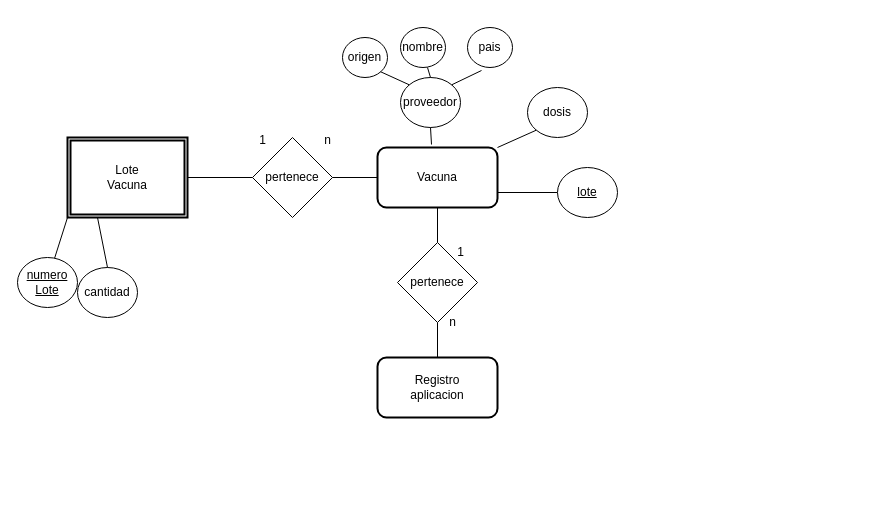
Above: Diagrama sin título.drawio in monick96/Diagramas_ER (draw.io), before the change. Source tidied: cells renumbered, new cells numbered last; positions are measured from the earlier drawing's top-left corner, leaving out a move shared by most shapes. Both pictures are drawn from the tidied source at 100%, with x=0, y=0 at pixel (17, 27).
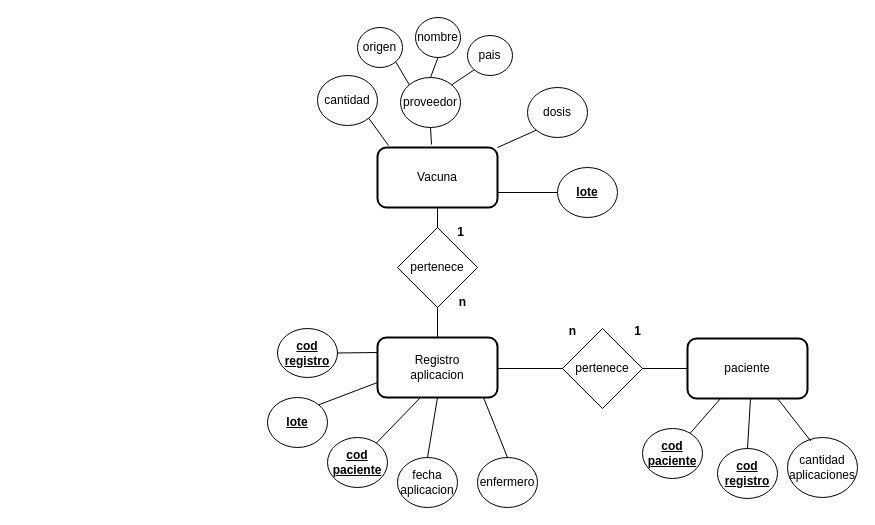
The same diagram, later.

Unchanged cells that the change refers to:
```xml
<mxCell id="11" value="Vacuna" style="rounded=1;whiteSpace=wrap;html=1;strokeWidth=2;" parent="1" vertex="1">
  <mxGeometry x="360" y="120" width="120" height="60" as="geometry" />
</mxCell>
<mxCell id="17" value="proveedor" style="ellipse;whiteSpace=wrap;html=1;" parent="1" vertex="1">
  <mxGeometry x="383" y="50" width="60" height="50" as="geometry" />
</mxCell>
```

The edit, as a diff of the source:
```diff
@@
-    <mxCell id="2" value="Lote&lt;div&gt;Vacuna&lt;/div&gt;" style="shape=ext;double=1;rounded=0;whiteSpace=wrap;html=1;strokeWidth=2;" parent="1" vertex="1">
-      <mxGeometry x="50" y="110" width="120" height="80" as="geometry" />
-    </mxCell>
-    <mxCell id="3" style="endArrow=none;html=1;rounded=0;exitX=0;exitY=1;exitDx=0;exitDy=0;" parent="1" edge="1" source="2" target="4">
-      <mxGeometry relative="1" as="geometry" />
-    </mxCell>
-    <mxCell id="4" value="&lt;u&gt;numero&lt;/u&gt;&lt;div&gt;&lt;u&gt;Lote&lt;/u&gt;&lt;/div&gt;" style="ellipse;whiteSpace=wrap;html=1;" parent="1" vertex="1">
-      <mxGeometry y="230" width="60" height="50" as="geometry" />
-    </mxCell>
     <mxCell id="5" value="cantidad" style="ellipse;whiteSpace=wrap;html=1;" parent="1" vertex="1">
-      <mxGeometry x="60" y="240" width="60" height="50" as="geometry" />
+      <mxGeometry x="300" y="48" width="60" height="50" as="geometry" />
     </mxCell>
-    <mxCell id="6" style="endArrow=none;html=1;rounded=0;exitX=0.25;exitY=1;exitDx=0;exitDy=0;entryX=0.5;entryY=0;entryDx=0;entryDy=0;" parent="1" edge="1" source="2" target="5">
+    <mxCell id="6" style="endArrow=none;html=1;rounded=0;exitX=0.092;exitY=-0.033;exitDx=0;exitDy=0;entryX=1;entryY=1;entryDx=0;entryDy=0;exitPerimeter=0;" parent="1" edge="1" source="11" target="5">
       <mxGeometry relative="1" as="geometry" />
     </mxCell>
-    <mxCell id="7" value="pertenece" style="rhombus;whiteSpace=wrap;html=1;" parent="1" vertex="1">
-      <mxGeometry x="235" y="110" width="80" height="80" as="geometry" />
-    </mxCell>
-    <mxCell id="8" style="endArrow=none;html=1;rounded=0;exitX=0;exitY=0.5;exitDx=0;exitDy=0;entryX=1;entryY=0.5;entryDx=0;entryDy=0;" parent="1" edge="1" source="7" target="2">
-      <mxGeometry relative="1" as="geometry" />
-    </mxCell>
-    <mxCell id="9" value="1" style="text;html=1;align=center;verticalAlign=middle;strokeColor=none;fillColor=none;" parent="1" vertex="1">
-      <mxGeometry x="230" y="98" width="30" height="30" as="geometry" />
-    </mxCell>
-    <mxCell id="10" value="n" style="text;html=1;align=center;verticalAlign=middle;strokeColor=none;fillColor=none;" parent="1" vertex="1">
-      <mxGeometry x="295" y="98" width="30" height="30" as="geometry" />
-    </mxCell>
@@
-    <mxCell id="12" style="endArrow=none;html=1;rounded=0;exitX=1;exitY=0.5;exitDx=0;exitDy=0;" parent="1" edge="1" source="7">
-      <mxGeometry relative="1" as="geometry">
-        <mxPoint x="360" y="150" as="targetPoint" />
-      </mxGeometry>
-    </mxCell>
@@
-    <mxCell id="16" value="&lt;u&gt;lote&lt;/u&gt;" style="ellipse;whiteSpace=wrap;html=1;" parent="1" vertex="1">
+    <mxCell id="16" value="&lt;u&gt;&lt;b&gt;lote&lt;/b&gt;&lt;/u&gt;" style="ellipse;whiteSpace=wrap;html=1;" parent="1" vertex="1">
       <mxGeometry x="540" y="140" width="60" height="50" as="geometry" />
     </mxCell>
@@
     <mxCell id="19" value="origen" style="ellipse;whiteSpace=wrap;html=1;" parent="1" vertex="1">
-      <mxGeometry x="325" y="10" width="45" height="40" as="geometry" />
+      <mxGeometry x="340" width="45" height="40" as="geometry" />
     </mxCell>
     <mxCell id="20" value="nombre" style="ellipse;whiteSpace=wrap;html=1;" parent="1" vertex="1">
-      <mxGeometry x="383" width="45" height="40" as="geometry" />
+      <mxGeometry x="398" y="-10" width="45" height="40" as="geometry" />
     </mxCell>
     <mxCell id="21" value="pais" style="ellipse;whiteSpace=wrap;html=1;" parent="1" vertex="1">
-      <mxGeometry x="450" width="45" height="40" as="geometry" />
+      <mxGeometry x="450" y="8" width="45" height="40" as="geometry" />
     </mxCell>
-    <mxCell id="22" style="endArrow=none;html=1;rounded=0;exitX=0.5;exitY=0;exitDx=0;exitDy=0;" parent="1" edge="1" source="17">
-      <mxGeometry relative="1" as="geometry">
-        <mxPoint x="410" y="40" as="targetPoint" />
-      </mxGeometry>
+    <mxCell id="22" style="endArrow=none;html=1;rounded=0;exitX=0.5;exitY=0;exitDx=0;exitDy=0;entryX=0.5;entryY=1;entryDx=0;entryDy=0;" parent="1" edge="1" source="17" target="20">
+      <mxGeometry relative="1" as="geometry" />
     </mxCell>
@@
-    <mxCell id="24" style="endArrow=none;html=1;rounded=0;entryX=0.311;entryY=1.075;entryDx=0;entryDy=0;entryPerimeter=0;exitX=1;exitY=0;exitDx=0;exitDy=0;" parent="1" edge="1" source="17" target="21">
+    <mxCell id="24" style="endArrow=none;html=1;rounded=0;entryX=0;entryY=1;entryDx=0;entryDy=0;exitX=1;exitY=0;exitDx=0;exitDy=0;" parent="1" edge="1" source="17" target="21">
       <mxGeometry relative="1" as="geometry" />
     </mxCell>
     <mxCell id="25" value="pertenece" style="rhombus;whiteSpace=wrap;html=1;rotation=0;" parent="1" vertex="1">
-      <mxGeometry x="380" y="215" width="80" height="80" as="geometry" />
+      <mxGeometry x="380" y="200" width="80" height="80" as="geometry" />
     </mxCell>
@@
-    <mxCell id="27" value="1" style="text;html=1;align=center;verticalAlign=middle;strokeColor=none;fillColor=none;" parent="1" vertex="1">
-      <mxGeometry x="428" y="210" width="30" height="30" as="geometry" />
+    <mxCell id="27" value="&lt;b&gt;1&lt;/b&gt;" style="text;html=1;align=center;verticalAlign=middle;strokeColor=none;fillColor=none;" parent="1" vertex="1">
+      <mxGeometry x="428" y="190" width="30" height="30" as="geometry" />
     </mxCell>
-    <mxCell id="28" value="n" style="text;html=1;align=center;verticalAlign=middle;strokeColor=none;fillColor=none;" parent="1" vertex="1">
-      <mxGeometry x="420" y="280" width="30" height="30" as="geometry" />
+    <mxCell id="28" value="&lt;b&gt;n&lt;/b&gt;" style="text;html=1;align=center;verticalAlign=middle;strokeColor=none;fillColor=none;" parent="1" vertex="1">
+      <mxGeometry x="430" y="260" width="30" height="30" as="geometry" />
     </mxCell>
@@
     <mxCell id="30" value="Registro&lt;div&gt;aplicacion&lt;/div&gt;" style="rounded=1;whiteSpace=wrap;html=1;strokeWidth=2;" parent="1" vertex="1">
-      <mxGeometry x="360" y="330" width="120" height="60" as="geometry" />
+      <mxGeometry x="360" y="310" width="120" height="60" as="geometry" />
     </mxCell>
+    <mxCell id="7" value="pertenece" style="rhombus;whiteSpace=wrap;html=1;" parent="1" vertex="1">
+      <mxGeometry x="545" y="301" width="80" height="80" as="geometry" />
+    </mxCell>
+    <mxCell id="31" style="endArrow=none;html=1;rounded=0;exitX=0;exitY=0.5;exitDx=0;exitDy=0;entryX=1;entryY=0.5;entryDx=0;entryDy=0;" parent="1" edge="1" source="7">
+      <mxGeometry relative="1" as="geometry">
+        <mxPoint x="480" y="341" as="targetPoint" />
+      </mxGeometry>
+    </mxCell>
+    <mxCell id="10" value="&lt;b&gt;n&lt;/b&gt;" style="text;html=1;align=center;verticalAlign=middle;strokeColor=none;fillColor=none;" parent="1" vertex="1">
+      <mxGeometry x="540" y="289" width="30" height="30" as="geometry" />
+    </mxCell>
+    <mxCell id="9" value="&lt;b&gt;1&lt;/b&gt;" style="text;html=1;align=center;verticalAlign=middle;strokeColor=none;fillColor=none;" parent="1" vertex="1">
+      <mxGeometry x="605" y="289" width="30" height="30" as="geometry" />
+    </mxCell>
+    <mxCell id="32" value="paciente" style="rounded=1;whiteSpace=wrap;html=1;strokeWidth=2;" parent="1" vertex="1">
+      <mxGeometry x="670" y="311" width="120" height="60" as="geometry" />
+    </mxCell>
+    <mxCell id="33" style="endArrow=none;html=1;rounded=0;exitX=1;exitY=0.5;exitDx=0;exitDy=0;" parent="1" edge="1" source="7">
+      <mxGeometry relative="1" as="geometry">
+        <mxPoint x="670" y="341" as="targetPoint" />
+      </mxGeometry>
+    </mxCell>
+    <mxCell id="34" style="endArrow=none;html=1;rounded=0;exitX=0;exitY=0.25;exitDx=0;exitDy=0;" parent="1" edge="1" source="30" target="35">
+      <mxGeometry relative="1" as="geometry" />
+    </mxCell>
+    <mxCell id="35" value="&lt;b&gt;&lt;u&gt;cod&lt;/u&gt;&lt;/b&gt;&lt;div&gt;&lt;b&gt;&lt;u&gt;registro&lt;/u&gt;&lt;/b&gt;&lt;/div&gt;" style="ellipse;whiteSpace=wrap;html=1;" parent="1" vertex="1">
+      <mxGeometry x="260" y="301" width="60" height="49" as="geometry" />
+    </mxCell>
+    <mxCell id="36" value="&lt;u&gt;&lt;b&gt;lote&lt;/b&gt;&lt;/u&gt;" style="ellipse;whiteSpace=wrap;html=1;" parent="1" vertex="1">
+      <mxGeometry x="250" y="370" width="60" height="50" as="geometry" />
+    </mxCell>
+    <mxCell id="37" style="endArrow=none;html=1;rounded=0;exitX=0;exitY=0.75;exitDx=0;exitDy=0;entryX=1;entryY=0;entryDx=0;entryDy=0;" parent="1" edge="1" source="30" target="36">
+      <mxGeometry relative="1" as="geometry" />
+    </mxCell>
+    <mxCell id="38" style="endArrow=none;html=1;rounded=0;exitX=0;exitY=1;exitDx=0;exitDy=0;" parent="1" edge="1" target="39">
+      <mxGeometry relative="1" as="geometry">
+        <mxPoint x="403" y="370" as="sourcePoint" />
+      </mxGeometry>
+    </mxCell>
+    <mxCell id="39" value="&lt;b&gt;&lt;u&gt;cod&lt;/u&gt;&lt;/b&gt;&lt;div&gt;&lt;b&gt;&lt;u&gt;paciente&lt;/u&gt;&lt;/b&gt;&lt;/div&gt;" style="ellipse;whiteSpace=wrap;html=1;" parent="1" vertex="1">
+      <mxGeometry x="310" y="410" width="60" height="50" as="geometry" />
+    </mxCell>
+    <mxCell id="40" value="fecha&lt;div&gt;aplicacion&lt;/div&gt;" style="ellipse;whiteSpace=wrap;html=1;" parent="1" vertex="1">
+      <mxGeometry x="380" y="430" width="60" height="50" as="geometry" />
+    </mxCell>
+    <mxCell id="41" style="endArrow=none;html=1;rounded=0;exitX=0.5;exitY=1;exitDx=0;exitDy=0;entryX=0.5;entryY=0;entryDx=0;entryDy=0;" parent="1" edge="1" source="30" target="40">
+      <mxGeometry relative="1" as="geometry" />
+    </mxCell>
+    <mxCell id="42" style="endArrow=none;html=1;rounded=0;exitX=0;exitY=1;exitDx=0;exitDy=0;" parent="1" edge="1" target="43">
+      <mxGeometry relative="1" as="geometry">
+        <mxPoint x="703" y="371" as="sourcePoint" />
+      </mxGeometry>
+    </mxCell>
+    <mxCell id="43" value="&lt;b&gt;&lt;u&gt;cod&lt;/u&gt;&lt;/b&gt;&lt;div&gt;&lt;b&gt;&lt;u&gt;paciente&lt;/u&gt;&lt;/b&gt;&lt;/div&gt;" style="ellipse;whiteSpace=wrap;html=1;" parent="1" vertex="1">
+      <mxGeometry x="625" y="401" width="60" height="50" as="geometry" />
+    </mxCell>
+    <mxCell id="44" value="&lt;b&gt;&lt;u&gt;cod&lt;/u&gt;&lt;/b&gt;&lt;div&gt;&lt;b&gt;&lt;u&gt;registro&lt;/u&gt;&lt;/b&gt;&lt;/div&gt;" style="ellipse;whiteSpace=wrap;html=1;" parent="1" vertex="1">
+      <mxGeometry x="700" y="421" width="60" height="50" as="geometry" />
+    </mxCell>
+    <mxCell id="45" style="endArrow=none;html=1;rounded=0;exitX=0.25;exitY=1;exitDx=0;exitDy=0;entryX=0.5;entryY=0;entryDx=0;entryDy=0;" parent="1" edge="1" target="44">
+      <mxGeometry relative="1" as="geometry">
+        <mxPoint x="733" y="371" as="sourcePoint" />
+      </mxGeometry>
+    </mxCell>
+    <mxCell id="46" value="enfermero" style="ellipse;whiteSpace=wrap;html=1;" parent="1" vertex="1">
+      <mxGeometry x="460" y="430" width="60" height="50" as="geometry" />
+    </mxCell>
+    <mxCell id="47" style="endArrow=none;html=1;rounded=0;exitX=0.883;exitY=1;exitDx=0;exitDy=0;entryX=0.5;entryY=0;entryDx=0;entryDy=0;exitPerimeter=0;" parent="1" edge="1" source="30" target="46">
+      <mxGeometry relative="1" as="geometry" />
+    </mxCell>
+    <mxCell id="48" value="cantidad aplicaciones" style="ellipse;whiteSpace=wrap;html=1;" parent="1" vertex="1">
+      <mxGeometry x="770" y="410" width="70" height="60" as="geometry" />
+    </mxCell>
+    <mxCell id="49" style="endArrow=none;html=1;rounded=0;exitX=0.75;exitY=1;exitDx=0;exitDy=0;entryX=0.333;entryY=0.06;entryDx=0;entryDy=0;entryPerimeter=0;" parent="1" edge="1" source="32" target="48">
+      <mxGeometry relative="1" as="geometry" />
+    </mxCell>
```
